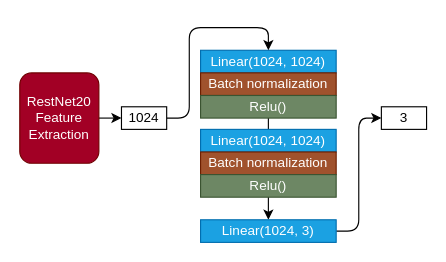
Tsai-chia-hsiang/MLcourseHW keeps this draw.io diagram as DNN/modelArch/classifier.drawio. Above is the earlier version. Source tidied: cells renumbered, new cells numbered last; positions are measured from the earlier drawing's top-left corner, leaving out a move shared by most shapes. Both pictures are drawn from the tidied source at 113%, with x=0, y=0 at pixel (19, 27).
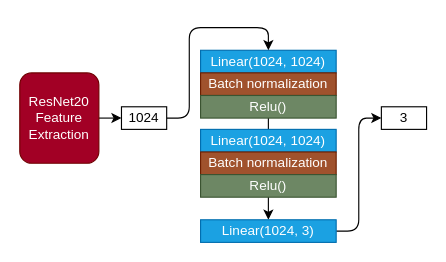
After the change.

Diff of the diagram source:
```diff
@@
 <mxGraphModel>
   <root>
     <mxCell id="0" />
     <mxCell id="1" parent="0" />
     <mxCell id="2" value="Linear(1024, 1024)" style="rounded=0;whiteSpace=wrap;html=1;fillColor=#1ba1e2;strokeColor=#006EAF;fontColor=#ffffff;" parent="1" vertex="1">
       <mxGeometry x="160" y="20" width="120" height="20" as="geometry" />
     </mxCell>
     <mxCell id="3" value="Batch normalization" style="rounded=0;whiteSpace=wrap;html=1;fillColor=#a0522d;fontColor=#ffffff;strokeColor=#6D1F00;" parent="1" vertex="1">
       <mxGeometry x="160" y="40" width="120" height="20" as="geometry" />
     </mxCell>
     <mxCell id="4" style="edgeStyle=none;html=1;" parent="1" edge="1" source="5" target="10">
       <mxGeometry relative="1" as="geometry" />
     </mxCell>
     <mxCell id="5" value="Relu()" style="rounded=0;whiteSpace=wrap;html=1;fillColor=#6d8764;fontColor=#ffffff;strokeColor=#3A5431;" parent="1" vertex="1">
       <mxGeometry x="160" y="60" width="120" height="20" as="geometry" />
     </mxCell>
     <mxCell id="6" value="Linear(1024, 1024)" style="rounded=0;whiteSpace=wrap;html=1;fillColor=#1ba1e2;fontColor=#ffffff;strokeColor=#006EAF;" parent="1" vertex="1">
       <mxGeometry x="160" y="90" width="120" height="20" as="geometry" />
     </mxCell>
     <mxCell id="7" value="Batch normalization" style="rounded=0;whiteSpace=wrap;html=1;fillColor=#a0522d;fontColor=#ffffff;strokeColor=#6D1F00;" parent="1" vertex="1">
       <mxGeometry x="160" y="110" width="120" height="20" as="geometry" />
     </mxCell>
     <mxCell id="8" value="Relu()" style="rounded=0;whiteSpace=wrap;html=1;fillColor=#6d8764;fontColor=#ffffff;strokeColor=#3A5431;" parent="1" vertex="1">
       <mxGeometry x="160" y="130" width="120" height="20" as="geometry" />
     </mxCell>
     <mxCell id="9" style="edgeStyle=none;html=1;exitX=1;exitY=0.5;exitDx=0;exitDy=0;entryX=0;entryY=0.5;entryDx=0;entryDy=0;" parent="1" edge="1" source="10" target="11">
       <mxGeometry relative="1" as="geometry">
         <Array as="points">
           <mxPoint x="300" y="180" />
           <mxPoint x="300" y="80" />
         </Array>
       </mxGeometry>
     </mxCell>
     <mxCell id="10" value="Linear(1024, 3)" style="rounded=0;whiteSpace=wrap;html=1;fillColor=#1ba1e2;fontColor=#ffffff;strokeColor=#006EAF;" parent="1" vertex="1">
       <mxGeometry x="160" y="170" width="120" height="20" as="geometry" />
     </mxCell>
     <mxCell id="11" value="3" style="rounded=0;whiteSpace=wrap;html=1;" parent="1" vertex="1">
       <mxGeometry x="320" y="70" width="40" height="20" as="geometry" />
     </mxCell>
     <mxCell id="12" style="edgeStyle=none;html=1;exitX=1;exitY=0.5;exitDx=0;exitDy=0;entryX=0.5;entryY=0;entryDx=0;entryDy=0;strokeColor=default;" parent="1" edge="1" source="13" target="2">
       <mxGeometry relative="1" as="geometry">
         <Array as="points">
           <mxPoint x="150" y="80" />
           <mxPoint x="150" />
           <mxPoint x="220" />
         </Array>
       </mxGeometry>
     </mxCell>
     <mxCell id="13" value="1024" style="rounded=0;whiteSpace=wrap;html=1;" parent="1" vertex="1">
       <mxGeometry x="90" y="70" width="40" height="20" as="geometry" />
     </mxCell>
     <mxCell id="14" style="edgeStyle=none;html=1;exitX=1;exitY=0.5;exitDx=0;exitDy=0;entryX=0;entryY=0.5;entryDx=0;entryDy=0;" parent="1" edge="1" source="15" target="13">
       <mxGeometry relative="1" as="geometry" />
     </mxCell>
-    <mxCell id="15" value="RestNet20 &lt;br&gt;Feature Extraction" style="rounded=1;whiteSpace=wrap;html=1;fillColor=#a20025;fontColor=#ffffff;strokeColor=#6F0000;" parent="1" vertex="1">
+    <mxCell id="15" value="ResNet20 &lt;br&gt;Feature Extraction" style="rounded=1;whiteSpace=wrap;html=1;fillColor=#a20025;fontColor=#ffffff;strokeColor=#6F0000;" parent="1" vertex="1">
       <mxGeometry y="40" width="70" height="80" as="geometry" />
     </mxCell>
   </root>
 </mxGraphModel>
```
